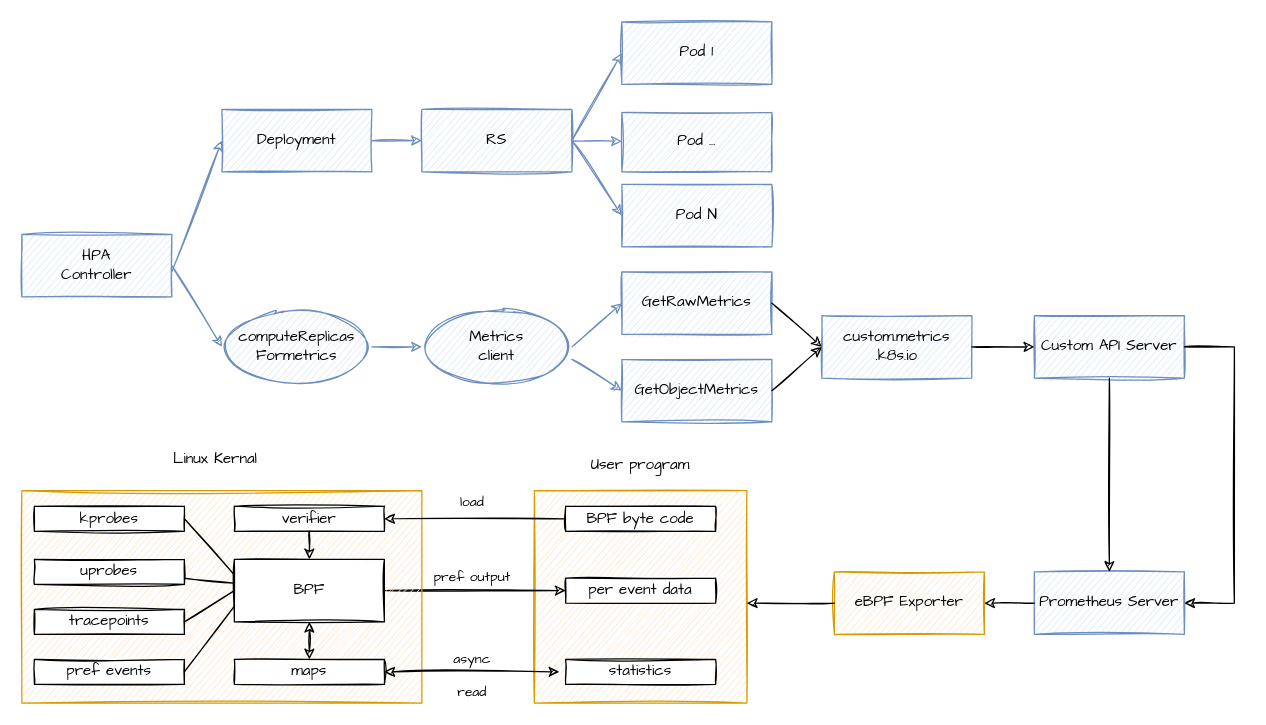
Before: Untitled Diagram.drawio in wrongerror/diagrams, a draw.io diagram. Source tidied: cells renumbered, new cells numbered last; positions are measured from the earlier drawing's top-left corner, leaving out a move shared by most shapes. Both pictures are drawn from the tidied source at 125%, with x=0, y=0 at pixel (21, 21).
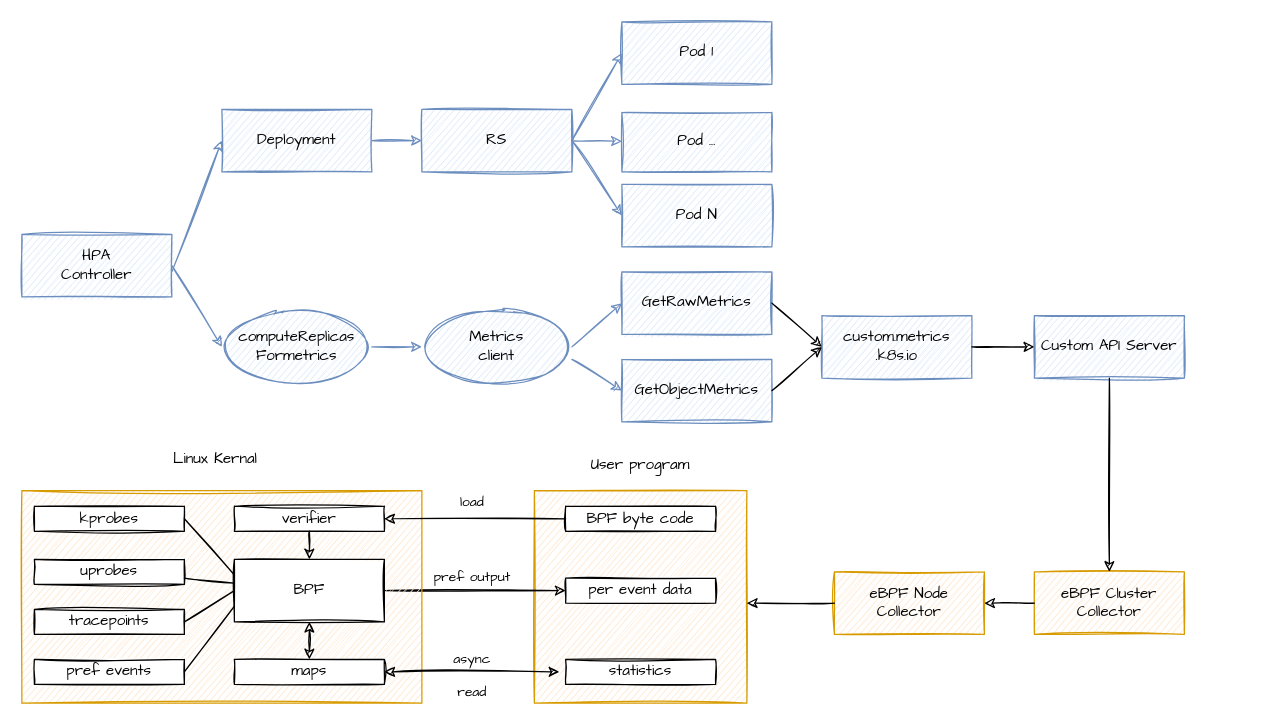
Above is the later version.

Unchanged cells that the change refers to:
```xml
<mxCell id="22" value="Custom API Server" style="rounded=0;whiteSpace=wrap;html=1;sketch=1;fillStyle=auto;fontFamily=Comic Sans MS;fillColor=#dae8fc;strokeColor=#6c8ebf;" parent="1" vertex="1">
  <mxGeometry x="810" y="235" width="120" height="50" as="geometry" />
</mxCell>
```

The edit, as a diff of the source:
```diff
@@
-    <mxCell id="23" value="Prometheus Server" style="rounded=0;whiteSpace=wrap;html=1;sketch=1;fillStyle=auto;fontFamily=Comic Sans MS;fillColor=#dae8fc;strokeColor=#6c8ebf;" parent="1" vertex="1">
+    <mxCell id="23" value="eBPF Cluster Collector" style="rounded=0;whiteSpace=wrap;html=1;sketch=1;fillStyle=auto;fontFamily=Comic Sans MS;fillColor=#ffe6cc;strokeColor=#d79b00;" parent="1" vertex="1">
       <mxGeometry x="810" y="440" width="120" height="50" as="geometry" />
     </mxCell>
-    <mxCell id="24" value="eBPF Exporter" style="rounded=0;whiteSpace=wrap;html=1;sketch=1;fillStyle=auto;fontFamily=Comic Sans MS;fillColor=#ffe6cc;strokeColor=#d79b00;" parent="1" vertex="1">
+    <mxCell id="24" value="eBPF Node &lt;br&gt;Collector" style="rounded=0;whiteSpace=wrap;html=1;sketch=1;fillStyle=auto;fontFamily=Comic Sans MS;fillColor=#ffe6cc;strokeColor=#d79b00;" parent="1" vertex="1">
       <mxGeometry x="650" y="440" width="120" height="50" as="geometry" />
     </mxCell>
@@
-    <mxCell id="54" style="endArrow=classic;html=1;rounded=0;sketch=1;fontFamily=Comic Sans MS;entryX=1;entryY=0.5;entryDx=0;entryDy=0;exitX=1;exitY=0.5;exitDx=0;exitDy=0;" parent="1" edge="1" source="22" target="23">
-      <mxGeometry relative="1" as="geometry">
-        <Array as="points">
-          <mxPoint x="970" y="260" />
-          <mxPoint x="970" y="465" />
-        </Array>
-      </mxGeometry>
-    </mxCell>
```
